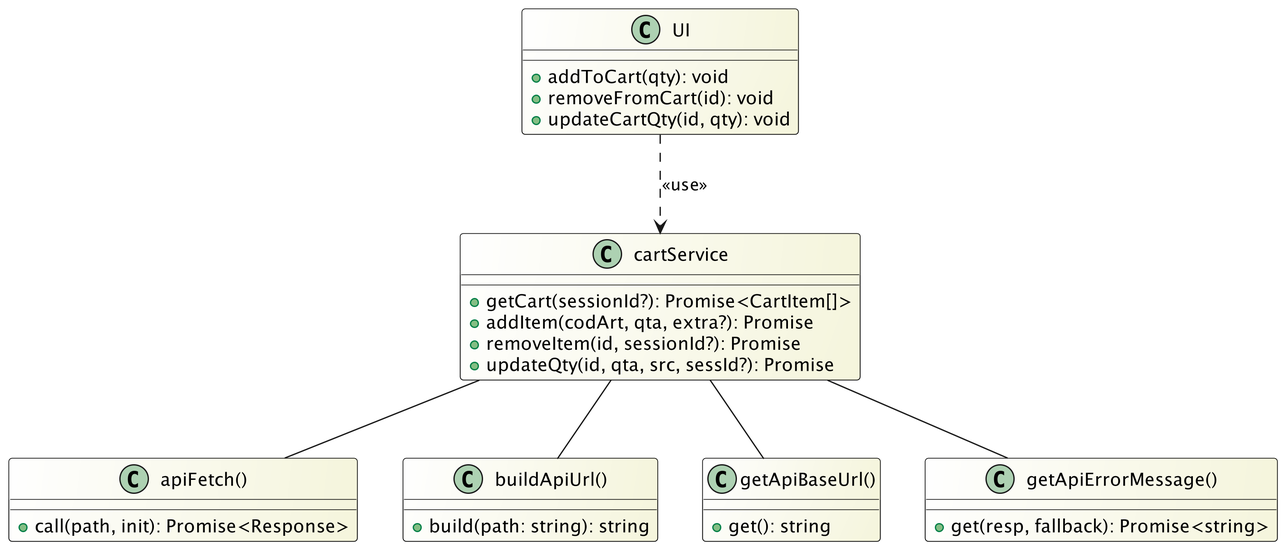
The PlantUML diagram src/PB/Documentazione Esterna/Contenuti/componenti_specifiche_tecniche/architetturalogica/facade_uml.png in swenightpro/Documentazione, before a commit. Its diagram source:
```plantuml
@startuml

skinparam monochrome false
skinparam classBackgroundColor White/Beige
skinparam classBorderColor Black
skinparam dpi 300
skinparam componentStyle uml2

class UI {
    + addToCart(qty): void
    + removeFromCart(id): void
    + updateCartQty(id, qty): void
}

class "cartService" as Facade {
    + getCart(sessionId?): Promise<CartItem[]>
    + addItem(codArt, qta, extra?): Promise
    + removeItem(id, sessionId?): Promise
    + updateQty(id, qta, src, sessId?): Promise
}

class "apiFetch()" as ApiFetch {
    + call(path, init): Promise<Response>
}

class "buildApiUrl()" as BuildUrl {
    + build(path: string): string
}

class "getApiBaseUrl()" as BaseUrl {
    + get(): string
}

class "getApiErrorMessage()" as ErrorHandler {
    + get(resp, fallback): Promise<string>
}

UI ..> Facade : <<use>>

Facade -- ApiFetch
Facade -- BuildUrl
Facade -- BaseUrl
Facade -- ErrorHandler

@enduml
```
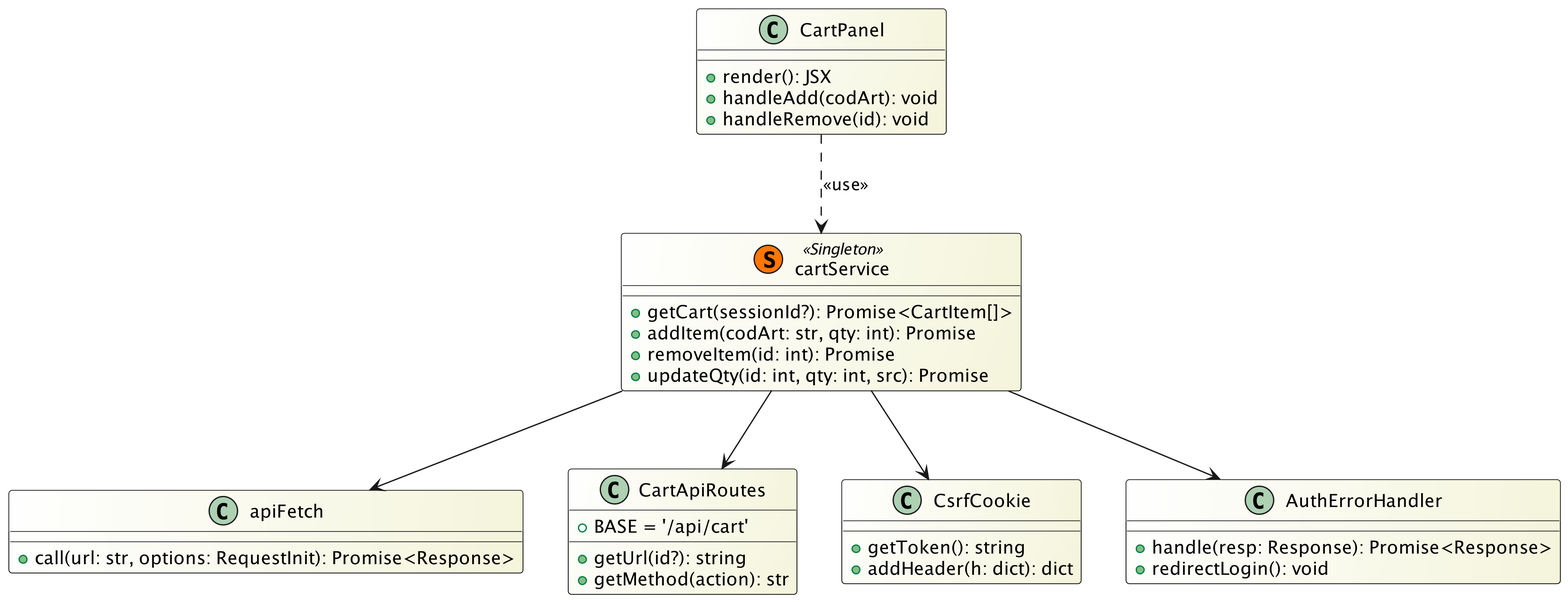
The same file after the commit.

The edit, as a diff of the source:
```diff
@@ -1,45 +1,46 @@
 @startuml
-
 skinparam monochrome false
 skinparam classBackgroundColor White/Beige
 skinparam classBorderColor Black
 skinparam dpi 300
 skinparam componentStyle uml2
 
-class UI {
-    + addToCart(qty): void
-    + removeFromCart(id): void
-    + updateCartQty(id, qty): void
+class CartPanel {
+  + render(): JSX
+  + handleAdd(codArt): void
+  + handleRemove(id): void
 }
 
-class "cartService" as Facade {
-    + getCart(sessionId?): Promise<CartItem[]>
-    + addItem(codArt, qta, extra?): Promise
-    + removeItem(id, sessionId?): Promise
-    + updateQty(id, qta, src, sessId?): Promise
+class cartService << (S,#FF7700) Singleton >> {
+  + getCart(sessionId?): Promise<CartItem[]>
+  + addItem(codArt: str, qty: int): Promise
+  + removeItem(id: int): Promise
+  + updateQty(id: int, qty: int, src): Promise
 }
 
-class "apiFetch()" as ApiFetch {
-    + call(path, init): Promise<Response>
+class apiFetch {
+  + call(url: str, options: RequestInit): Promise<Response>
 }
 
-class "buildApiUrl()" as BuildUrl {
-    + build(path: string): string
+class CartApiRoutes {
+  + BASE = '/api/cart'
+  + getUrl(id?): string
+  + getMethod(action): str
 }
 
-class "getApiBaseUrl()" as BaseUrl {
-    + get(): string
+class CsrfCookie {
+  + getToken(): string
+  + addHeader(h: dict): dict
 }
 
-class "getApiErrorMessage()" as ErrorHandler {
-    + get(resp, fallback): Promise<string>
+class AuthErrorHandler {
+  + handle(resp: Response): Promise<Response>
+  + redirectLogin(): void
 }
 
-UI ..> Facade : <<use>>
-
-Facade -- ApiFetch
-Facade -- BuildUrl
-Facade -- BaseUrl
-Facade -- ErrorHandler
-
+CartPanel ..> cartService : <<use>>
+cartService --> apiFetch
+cartService --> CartApiRoutes
+cartService --> CsrfCookie
+cartService --> AuthErrorHandler
 @enduml
```
